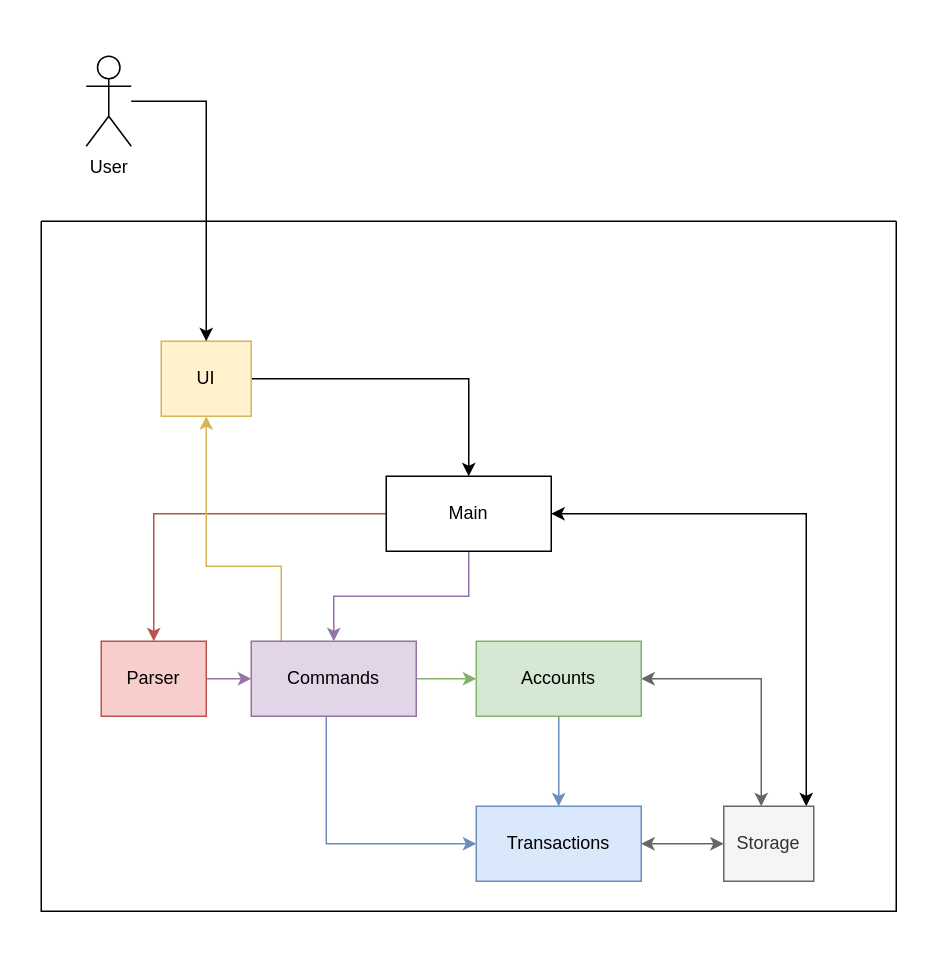
Before: docs/diagrams/ArchitectureDiagram.drawio in woowenjun99/tp, a draw.io diagram. Source tidied: cells renumbered, new cells numbered last; positions are measured from the earlier drawing's top-left corner, leaving out a move shared by most shapes. Both pictures are drawn from the tidied source at 150%, with x=0, y=0 at pixel (40, 56).
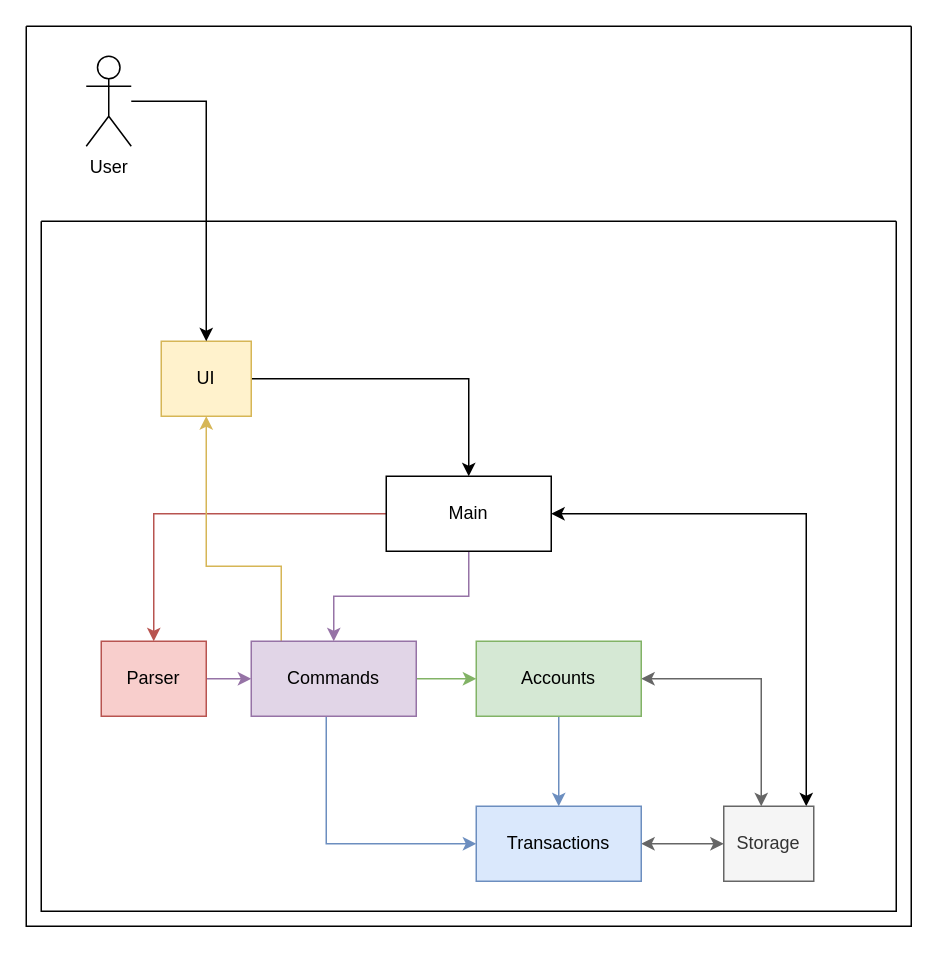
After the change.

Commit message (it also covers changes not shown here):
Update Architecture Diagram

Diff of the diagram source:
```diff
@@
+    <mxCell id="23" style="swimlane;startSize=0;" parent="1" vertex="1">
+      <mxGeometry x="-10" y="-20" width="590" height="600" as="geometry" />
+    </mxCell>
```
